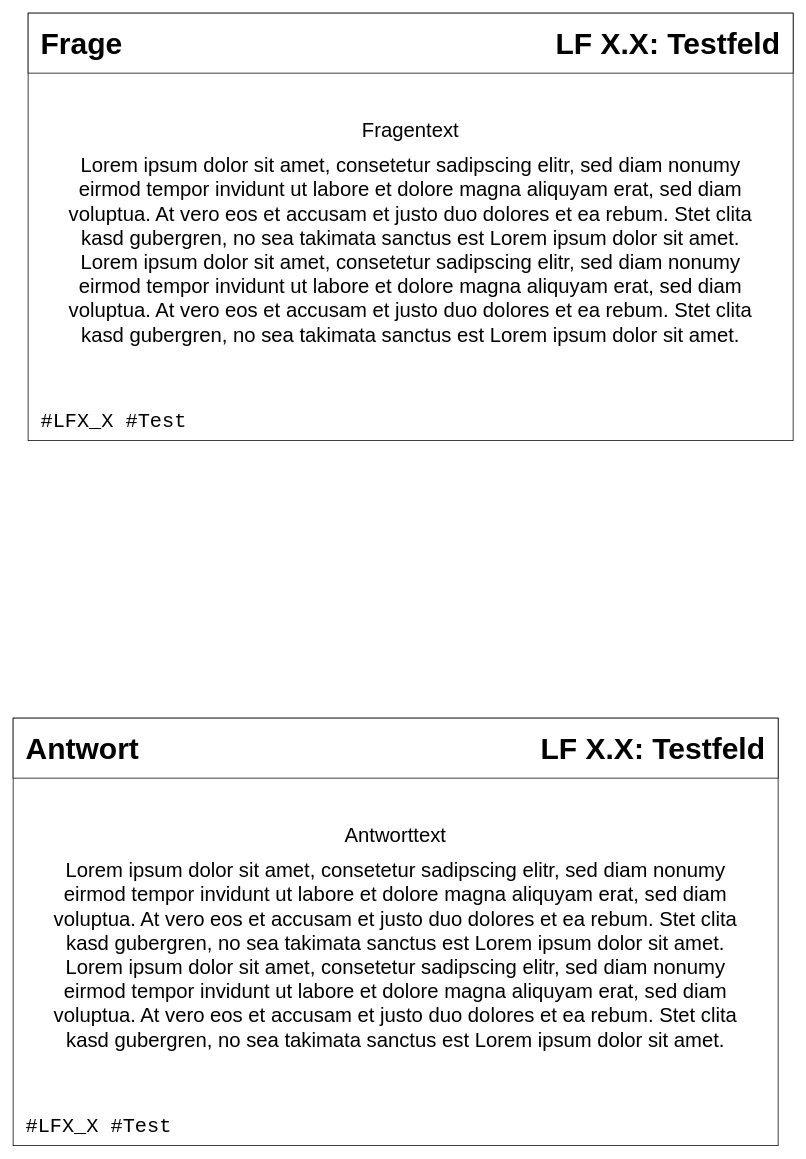
Before: page "Karteikarte" (2 of 2) of Karteikarten/Planung/UI_Design.drawio in Itisn1tmyname/MaGe_Productions, a draw.io diagram. Source tidied: cells renumbered, new cells numbered last; positions are measured from the earlier drawing's top-left corner, leaving out a move shared by most shapes. Both pictures are drawn from the tidied source at 75%, with x=0, y=0 at pixel (13, 13).
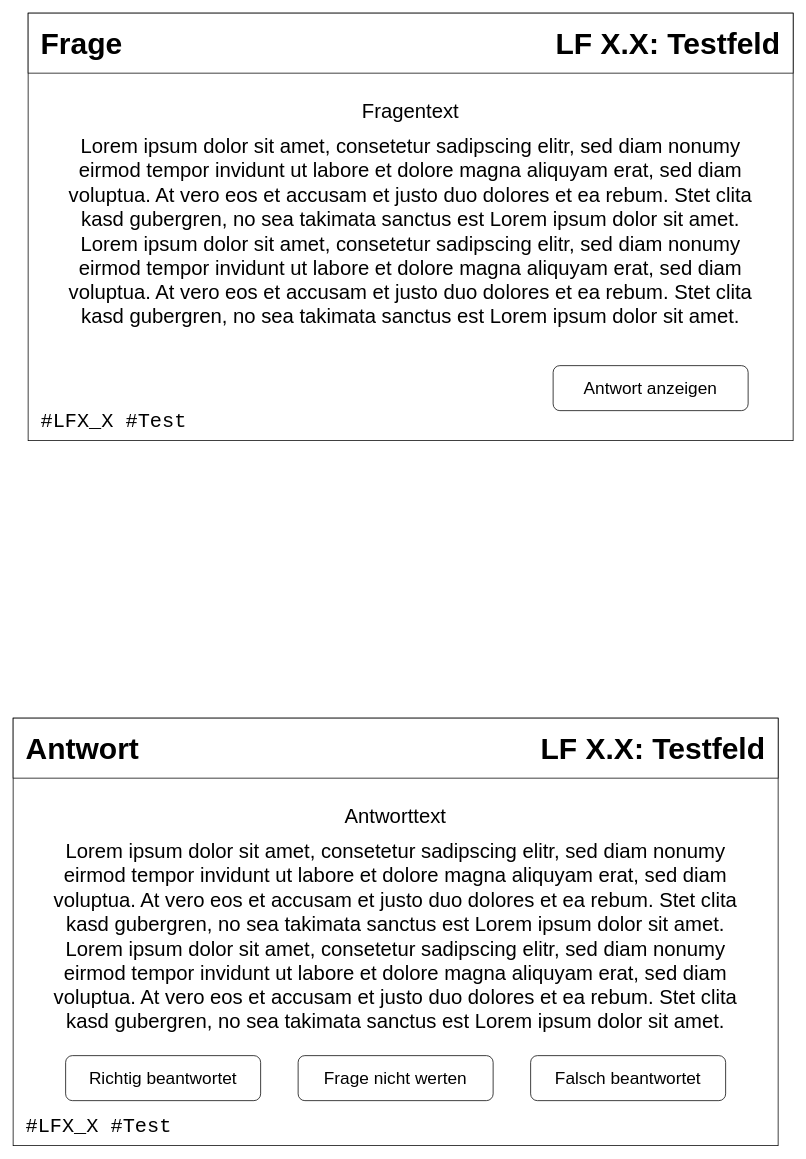
The same page after the edit.

Change to the diagram source:
```diff
@@
 <mxGraphModel>
   <root>
     <mxCell id="0" />
     <mxCell id="1" parent="0" />
     <mxCell id="2" style="rounded=0;whiteSpace=wrap;html=1;" parent="1" vertex="1">
       <mxGeometry x="20" width="1020" height="570" as="geometry" />
     </mxCell>
     <mxCell id="3" style="rounded=0;whiteSpace=wrap;html=1;" parent="1" vertex="1">
       <mxGeometry y="940" width="1020" height="570" as="geometry" />
     </mxCell>
     <mxCell id="4" style="rounded=0;whiteSpace=wrap;html=1;" parent="1" vertex="1">
       <mxGeometry x="20" width="1020" height="80" as="geometry" />
     </mxCell>
     <mxCell id="5" style="rounded=0;whiteSpace=wrap;html=1;" parent="1" vertex="1">
       <mxGeometry y="940" width="1020" height="80" as="geometry" />
     </mxCell>
     <mxCell id="6" value="&lt;h1 style=&quot;margin-top: 0px; margin-bottom: 0px; margin-left: 15px;&quot;&gt;&lt;font style=&quot;font-size: 40px;&quot;&gt;Frage&lt;/font&gt;&lt;/h1&gt;" style="text;html=1;whiteSpace=wrap;strokeColor=none;fillColor=none;align=left;verticalAlign=middle;rounded=0;" parent="1" vertex="1">
       <mxGeometry x="20" y="5" width="260" height="70" as="geometry" />
     </mxCell>
     <mxCell id="7" value="&lt;h1 style=&quot;margin-top: 0px; margin-bottom: 0px; margin-left: 15px;&quot;&gt;&lt;font style=&quot;font-size: 40px;&quot;&gt;Antwort&lt;/font&gt;&lt;/h1&gt;" style="text;html=1;whiteSpace=wrap;strokeColor=none;fillColor=none;align=left;verticalAlign=middle;rounded=0;" parent="1" vertex="1">
       <mxGeometry y="945" width="260" height="70" as="geometry" />
     </mxCell>
     <mxCell id="8" value="&lt;h1 style=&quot;margin: 0px 15px 0px 0px;&quot;&gt;&lt;font style=&quot;font-size: 40px;&quot;&gt;LF X.X: Testfeld&lt;/font&gt;&lt;/h1&gt;" style="text;html=1;whiteSpace=wrap;strokeColor=none;fillColor=none;align=right;verticalAlign=middle;rounded=0;" parent="1" vertex="1">
       <mxGeometry x="700" y="10" width="340" height="60" as="geometry" />
     </mxCell>
     <mxCell id="9" value="&lt;h1 style=&quot;margin: 0px 15px 0px 0px;&quot;&gt;&lt;font style=&quot;font-size: 40px;&quot;&gt;LF X.X: Testfeld&lt;/font&gt;&lt;/h1&gt;" style="text;html=1;whiteSpace=wrap;strokeColor=none;fillColor=none;align=right;verticalAlign=middle;rounded=0;" parent="1" vertex="1">
       <mxGeometry x="680" y="950" width="340" height="60" as="geometry" />
     </mxCell>
-    <mxCell id="10" value="&lt;h2&gt;&lt;span style=&quot;font-weight: normal;&quot;&gt;&lt;font style=&quot;font-size: 27px;&quot;&gt;Fragentext&lt;/font&gt;&lt;/span&gt;&lt;/h2&gt;&lt;h2 style=&quot;margin-top: 0px; margin-bottom: 0px; padding-left: 40px; margin-right: 40px;&quot;&gt;&lt;span style=&quot;font-weight: normal;&quot;&gt;&lt;font style=&quot;font-size: 27px;&quot;&gt;Lorem ipsum dolor sit amet, consetetur sadipscing elitr, sed diam nonumy eirmod tempor invidunt ut labore et dolore magna aliquyam erat, sed diam voluptua. At vero eos et accusam et justo duo dolores et ea rebum. Stet clita kasd gubergren, no sea takimata sanctus est Lorem ipsum dolor sit amet. Lorem ipsum dolor sit amet, consetetur sadipscing elitr, sed diam nonumy eirmod tempor invidunt ut labore et dolore magna aliquyam erat, sed diam voluptua. At vero eos et accusam et justo duo dolores et ea rebum. Stet clita kasd gubergren, no sea takimata sanctus est Lorem ipsum dolor sit amet.&lt;/font&gt;&lt;/span&gt;&lt;/h2&gt;" style="text;html=1;whiteSpace=wrap;strokeColor=none;fillColor=none;align=center;verticalAlign=middle;rounded=0;" parent="1" vertex="1">
-      <mxGeometry x="20" y="80" width="1020" height="410" as="geometry" />
-    </mxCell>
     <mxCell id="11" value="&lt;pre style=&quot;margin: 0px 0px 0px 15px; border: none; padding: 0px;&quot;&gt;&lt;span style=&quot;font-size: 27px;&quot;&gt;#LFX_X&amp;nbsp;#Test&lt;/span&gt;&lt;/pre&gt;" style="text;html=1;whiteSpace=wrap;strokeColor=none;fillColor=none;align=left;verticalAlign=middle;rounded=0;" parent="1" vertex="1">
       <mxGeometry x="20" y="520" width="1020" height="50" as="geometry" />
     </mxCell>
     <mxCell id="12" value="&lt;h2&gt;&lt;span style=&quot;font-weight: normal;&quot;&gt;&lt;font style=&quot;font-size: 27px;&quot;&gt;Antworttext&lt;/font&gt;&lt;/span&gt;&lt;/h2&gt;&lt;h2 style=&quot;margin-top: 0px; margin-bottom: 0px; padding-left: 40px; margin-right: 40px;&quot;&gt;&lt;span style=&quot;font-weight: normal;&quot;&gt;&lt;font style=&quot;font-size: 27px;&quot;&gt;Lorem ipsum dolor sit amet, consetetur sadipscing elitr, sed diam nonumy eirmod tempor invidunt ut labore et dolore magna aliquyam erat, sed diam voluptua. At vero eos et accusam et justo duo dolores et ea rebum. Stet clita kasd gubergren, no sea takimata sanctus est Lorem ipsum dolor sit amet. Lorem ipsum dolor sit amet, consetetur sadipscing elitr, sed diam nonumy eirmod tempor invidunt ut labore et dolore magna aliquyam erat, sed diam voluptua. At vero eos et accusam et justo duo dolores et ea rebum. Stet clita kasd gubergren, no sea takimata sanctus est Lorem ipsum dolor sit amet.&lt;/font&gt;&lt;/span&gt;&lt;/h2&gt;" style="text;html=1;whiteSpace=wrap;strokeColor=none;fillColor=none;align=center;verticalAlign=middle;rounded=0;" parent="1" vertex="1">
-      <mxGeometry y="1020" width="1020" height="410" as="geometry" />
+      <mxGeometry y="1020" width="1020" height="360" as="geometry" />
     </mxCell>
     <mxCell id="13" value="&lt;pre style=&quot;margin: 0px 0px 0px 15px; border: none; padding: 0px;&quot;&gt;&lt;span style=&quot;font-size: 27px;&quot;&gt;#LFX_X&amp;nbsp;#Test&lt;/span&gt;&lt;/pre&gt;" style="text;html=1;whiteSpace=wrap;strokeColor=none;fillColor=none;align=left;verticalAlign=middle;rounded=0;" parent="1" vertex="1">
       <mxGeometry y="1460" width="1020" height="50" as="geometry" />
     </mxCell>
+    <mxCell id="14" value="&lt;span style=&quot;font-size: 23px;&quot;&gt;Frage nicht werten&lt;/span&gt;" style="rounded=1;whiteSpace=wrap;html=1;" parent="1" vertex="1">
+      <mxGeometry x="380" y="1390" width="260" height="60" as="geometry" />
+    </mxCell>
+    <mxCell id="15" value="&lt;font style=&quot;font-size: 23px;&quot;&gt;Richtig beantwortet&lt;/font&gt;" style="rounded=1;whiteSpace=wrap;html=1;" parent="1" vertex="1">
+      <mxGeometry x="70" y="1390" width="260" height="60" as="geometry" />
+    </mxCell>
+    <mxCell id="16" value="&lt;font style=&quot;font-size: 23px;&quot;&gt;Falsch beantwortet&lt;/font&gt;" style="rounded=1;whiteSpace=wrap;html=1;" parent="1" vertex="1">
+      <mxGeometry x="690" y="1390" width="260" height="60" as="geometry" />
+    </mxCell>
+    <mxCell id="10" value="&lt;h2&gt;&lt;span style=&quot;font-weight: normal;&quot;&gt;&lt;font style=&quot;font-size: 27px;&quot;&gt;Fragentext&lt;/font&gt;&lt;/span&gt;&lt;/h2&gt;&lt;h2 style=&quot;margin-top: 0px; margin-bottom: 0px; padding-left: 40px; margin-right: 40px;&quot;&gt;&lt;span style=&quot;font-weight: normal;&quot;&gt;&lt;font style=&quot;font-size: 27px;&quot;&gt;Lorem ipsum dolor sit amet, consetetur sadipscing elitr, sed diam nonumy eirmod tempor invidunt ut labore et dolore magna aliquyam erat, sed diam voluptua. At vero eos et accusam et justo duo dolores et ea rebum. Stet clita kasd gubergren, no sea takimata sanctus est Lorem ipsum dolor sit amet. Lorem ipsum dolor sit amet, consetetur sadipscing elitr, sed diam nonumy eirmod tempor invidunt ut labore et dolore magna aliquyam erat, sed diam voluptua. At vero eos et accusam et justo duo dolores et ea rebum. Stet clita kasd gubergren, no sea takimata sanctus est Lorem ipsum dolor sit amet.&lt;/font&gt;&lt;/span&gt;&lt;/h2&gt;" style="text;html=1;whiteSpace=wrap;strokeColor=none;fillColor=none;align=center;verticalAlign=middle;rounded=0;" parent="1" vertex="1">
+      <mxGeometry x="20" y="80" width="1020" height="360" as="geometry" />
+    </mxCell>
+    <mxCell id="17" value="&lt;span style=&quot;font-size: 23px;&quot;&gt;Antwort anzeigen&lt;/span&gt;" style="rounded=1;whiteSpace=wrap;html=1;" parent="1" vertex="1">
+      <mxGeometry x="720" y="470" width="260" height="60" as="geometry" />
+    </mxCell>
   </root>
 </mxGraphModel>
```
